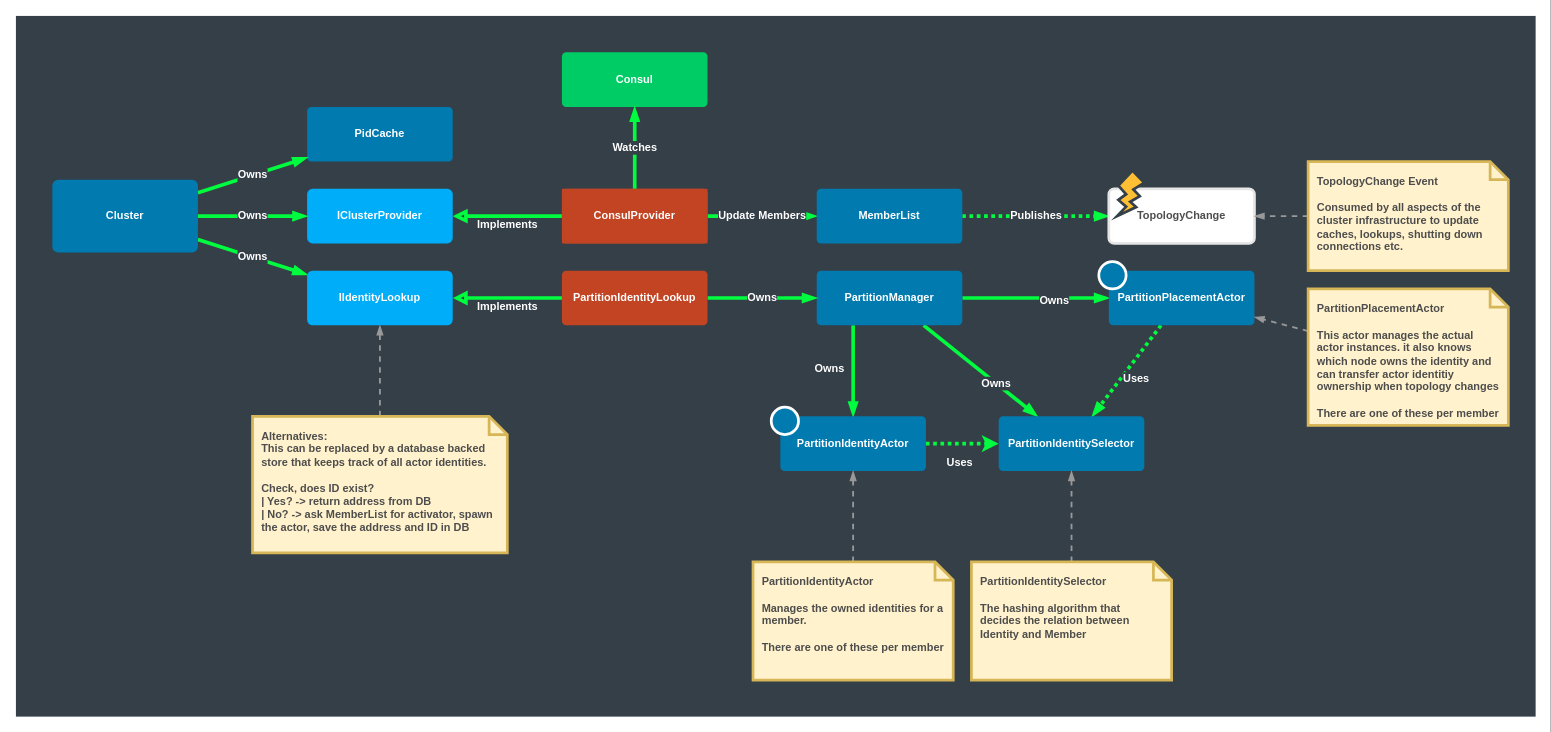
Before: page "Sida-10" (13 of 13) of hugo/content/docs/cluster/intro/clusterintro.drawio in asynkron/protoactor-website, a draw.io diagram. Source tidied: cells renumbered, new cells numbered last; positions are measured from the earlier drawing's top-left corner, leaving out a move shared by most shapes. Both pictures are drawn from the tidied source at 91%, with x=0, y=0 at pixel (15, 15).
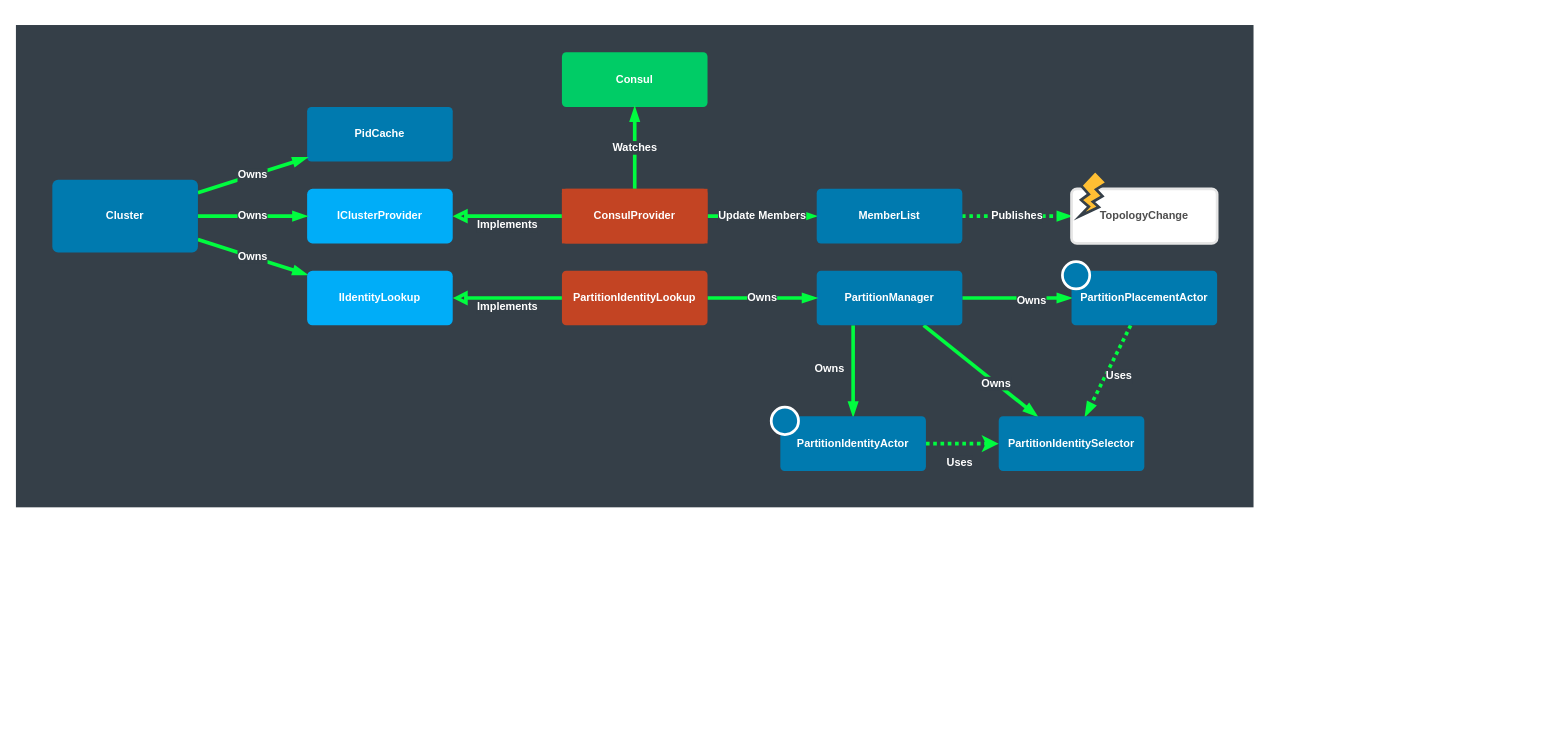
Above is the later version.

Unchanged cells that the change refers to:
```xml
<mxCell id="14" value="PartitionIdentityActor" style="rounded=1;whiteSpace=wrap;html=1;fontStyle=1;strokeColor=none;fontColor=#FFFFFF;fillColor=#007AAF;arcSize=8;" parent="1" vertex="1">
  <mxGeometry x="840" y="440" width="160" height="60" as="geometry" />
</mxCell>
<mxCell id="19" value="IIdentityLookup" style="rounded=1;whiteSpace=wrap;html=1;strokeColor=none;fontStyle=1;fontColor=#FFFFFF;fillColor=#00ADF8;arcSize=10;" parent="1" vertex="1">
  <mxGeometry x="320" y="280" width="160" height="60" as="geometry" />
</mxCell>
<mxCell id="30" value="PartitionIdentitySelector" style="rounded=1;whiteSpace=wrap;html=1;fontStyle=1;strokeColor=none;fontColor=#FFFFFF;fillColor=#007AAF;arcSize=8;" parent="1" vertex="1">
  <mxGeometry x="1080" y="440" width="160" height="60" as="geometry" />
</mxCell>
```

What changed in the source:
```diff
@@
     <mxCell id="2" style="rounded=0;whiteSpace=wrap;html=1;fontColor=#FFFFFF;strokeColor=none;fillColor=#353F48;" parent="1" vertex="1">
-      <mxGeometry width="1670" height="770" as="geometry" />
+      <mxGeometry y="10" width="1360" height="530" as="geometry" />
     </mxCell>
@@
-    <mxCell id="22" style="edgeStyle=none;rounded=0;jettySize=auto;html=1;labelBackgroundColor=#353F48;endArrow=blockThin;endFill=1;dashed=1;strokeWidth=2;strokeColor=#999999;fontStyle=1;fontColor=#FFFFFF;fontSize=12;" parent="1" edge="1" source="23" target="19">
-      <mxGeometry relative="1" as="geometry" />
-    </mxCell>
-    <mxCell id="23" value="&lt;b&gt;Alternatives:&lt;/b&gt;&lt;br&gt;This can be replaced by a database backed store that keeps track of all actor identities.&lt;br&gt;&lt;br&gt;Check, does ID exist?&lt;br&gt;| Yes? -&amp;gt; return address from DB&lt;br&gt;| No? -&amp;gt; ask MemberList for activator, spawn the actor, save the address and ID in DB" style="shape=note;strokeWidth=3;fontSize=12;size=20;whiteSpace=wrap;html=1;fillColor=#fff2cc;strokeColor=#d6b656;fontStyle=1;fontColor=#4D4D4D;align=left;verticalAlign=top;spacing=10;" parent="1" vertex="1">
-      <mxGeometry x="260" y="440" width="280" height="150" as="geometry" />
-    </mxCell>
-    <mxCell id="24" style="edgeStyle=none;rounded=0;jettySize=auto;html=1;exitX=0.5;exitY=0;exitDx=0;exitDy=0;dashed=1;labelBackgroundColor=#353F48;endArrow=blockThin;endFill=1;entryX=0.5;entryY=1;entryDx=0;entryDy=0;strokeWidth=2;strokeColor=#999999;fontStyle=1;fontColor=#FFFFFF;fontSize=12;" parent="1" edge="1" source="25" target="14">
-      <mxGeometry relative="1" as="geometry" />
-    </mxCell>
-    <mxCell id="25" value="&lt;b&gt;PartitionIdentityActor&lt;br&gt;&lt;/b&gt;&lt;br&gt;Manages the owned identities for a member.&lt;br&gt;&lt;br&gt;There are one of these per member" style="shape=note;strokeWidth=3;fontSize=12;size=20;whiteSpace=wrap;html=1;fillColor=#fff2cc;strokeColor=#d6b656;fontStyle=1;fontColor=#4D4D4D;align=left;verticalAlign=top;spacing=10;" parent="1" vertex="1">
-      <mxGeometry x="810" y="600" width="220" height="130" as="geometry" />
-    </mxCell>
@@
     <mxCell id="27" value="PartitionPlacementActor" style="rounded=1;whiteSpace=wrap;html=1;fontStyle=1;strokeColor=none;fontColor=#FFFFFF;fillColor=#007AAF;arcSize=8;" parent="1" vertex="1">
-      <mxGeometry x="1201" y="280" width="160" height="60" as="geometry" />
+      <mxGeometry x="1160" y="280" width="160" height="60" as="geometry" />
     </mxCell>
-    <mxCell id="28" style="edgeStyle=none;rounded=0;jettySize=auto;html=1;dashed=1;strokeWidth=2;strokeColor=#999999;fontStyle=1;fontColor=#FFFFFF;labelBackgroundColor=#353F48;fontSize=12;endArrow=blockThin;endFill=1;" parent="1" edge="1" source="29" target="27">
-      <mxGeometry relative="1" as="geometry" />
-    </mxCell>
-    <mxCell id="29" value="&lt;b&gt;PartitionPlacementActor&lt;br&gt;&lt;/b&gt;&lt;br&gt;This actor manages the actual actor instances. it also knows which node owns the identity and can transfer actor identitiy ownership when topology changes&lt;br&gt;&lt;br&gt;There are one of these per member" style="shape=note;strokeWidth=3;fontSize=12;size=20;whiteSpace=wrap;html=1;fillColor=#fff2cc;strokeColor=#d6b656;fontStyle=1;fontColor=#4D4D4D;align=left;verticalAlign=top;spacing=10;" parent="1" vertex="1">
-      <mxGeometry x="1420" y="300" width="220" height="150" as="geometry" />
-    </mxCell>
@@
-    <mxCell id="31" style="edgeStyle=none;rounded=0;jettySize=auto;html=1;exitX=0.5;exitY=0;exitDx=0;exitDy=0;entryX=0.5;entryY=1;entryDx=0;entryDy=0;dashed=1;strokeWidth=2;strokeColor=#999999;fontStyle=1;fontColor=#FFFFFF;labelBackgroundColor=#353F48;fontSize=12;endArrow=blockThin;endFill=1;" parent="1" edge="1" source="32" target="30">
-      <mxGeometry relative="1" as="geometry" />
-    </mxCell>
-    <mxCell id="32" value="&lt;span style=&quot;text-align: center&quot;&gt;&lt;b&gt;PartitionIdentitySelector&lt;/b&gt;&lt;/span&gt;&lt;b&gt;&lt;br&gt;&lt;/b&gt;&lt;br&gt;The hashing algorithm that decides the relation between Identity and Member" style="shape=note;strokeWidth=3;fontSize=12;size=20;whiteSpace=wrap;html=1;fillColor=#fff2cc;strokeColor=#d6b656;fontStyle=1;fontColor=#4D4D4D;align=left;verticalAlign=top;spacing=10;" parent="1" vertex="1">
-      <mxGeometry x="1050" y="600" width="220" height="130" as="geometry" />
-    </mxCell>
-    <mxCell id="33" value="TopologyChange" style="rounded=1;whiteSpace=wrap;html=1;fontStyle=1;arcSize=10;strokeColor=#E6E6E6;strokeWidth=3;fontColor=#4D4D4D;" parent="1" vertex="1">
-      <mxGeometry x="1201" y="190" width="160" height="60" as="geometry" />
-    </mxCell>
@@
     <mxCell id="37" style="ellipse;whiteSpace=wrap;html=1;strokeWidth=3;fontColor=#FFFFFF;fontStyle=1;fillColor=#007AAF;strokeColor=#FFFFFF;" parent="1" vertex="1">
-      <mxGeometry x="1190" y="270" width="30" height="30" as="geometry" />
+      <mxGeometry x="1150" y="270" width="30" height="30" as="geometry" />
     </mxCell>
-    <mxCell id="38" style="verticalLabelPosition=bottom;verticalAlign=top;html=1;shape=mxgraph.basic.flash;rounded=0;shadow=0;glass=0;labelBackgroundColor=#353F48;sketch=0;fontSize=12;align=left;fillColor=#FFBF34;strokeColor=#353F48;strokeWidth=3;" parent="1" vertex="1">
-      <mxGeometry x="1210" y="170" width="30" height="50" as="geometry" />
-    </mxCell>
@@
-    <mxCell id="42" style="edgeStyle=none;rounded=0;jettySize=auto;html=1;exitX=0;exitY=0.5;exitDx=0;exitDy=0;exitPerimeter=0;entryX=1;entryY=0.5;entryDx=0;entryDy=0;dashed=1;labelBackgroundColor=#353F48;endArrow=blockThin;endFill=1;strokeColor=#999999;strokeWidth=2;fontSize=12;fontColor=#FFFFFF;" parent="1" edge="1" source="43" target="33">
-      <mxGeometry relative="1" as="geometry" />
-    </mxCell>
-    <mxCell id="43" value="TopologyChange Event&lt;br&gt;&lt;br&gt;Consumed by all aspects of the cluster infrastructure to update caches, lookups, shutting down connections etc." style="shape=note;strokeWidth=3;fontSize=12;size=20;whiteSpace=wrap;html=1;fillColor=#fff2cc;strokeColor=#d6b656;fontStyle=1;fontColor=#4D4D4D;align=left;verticalAlign=top;spacing=10;" parent="1" vertex="1">
-      <mxGeometry x="1420" y="160" width="220" height="120" as="geometry" />
-    </mxCell>
+    <mxCell id="44" style="group;" parent="1" vertex="1">
+      <mxGeometry x="1160" y="170" width="160" height="80" as="geometry" />
+    </mxCell>
+    <mxCell id="33" value="TopologyChange" style="rounded=1;whiteSpace=wrap;html=1;fontStyle=1;arcSize=10;strokeColor=#E6E6E6;strokeWidth=3;fontColor=#4D4D4D;" parent="44" vertex="1">
+      <mxGeometry y="20" width="160" height="60" as="geometry" />
+    </mxCell>
+    <mxCell id="38" style="verticalLabelPosition=bottom;verticalAlign=top;html=1;shape=mxgraph.basic.flash;rounded=0;shadow=0;glass=0;labelBackgroundColor=#353F48;sketch=0;fontSize=12;align=left;fillColor=#FFBF34;strokeColor=#353F48;strokeWidth=3;" parent="44" vertex="1">
+      <mxGeometry x="9" width="30" height="50" as="geometry" />
+    </mxCell>
```
